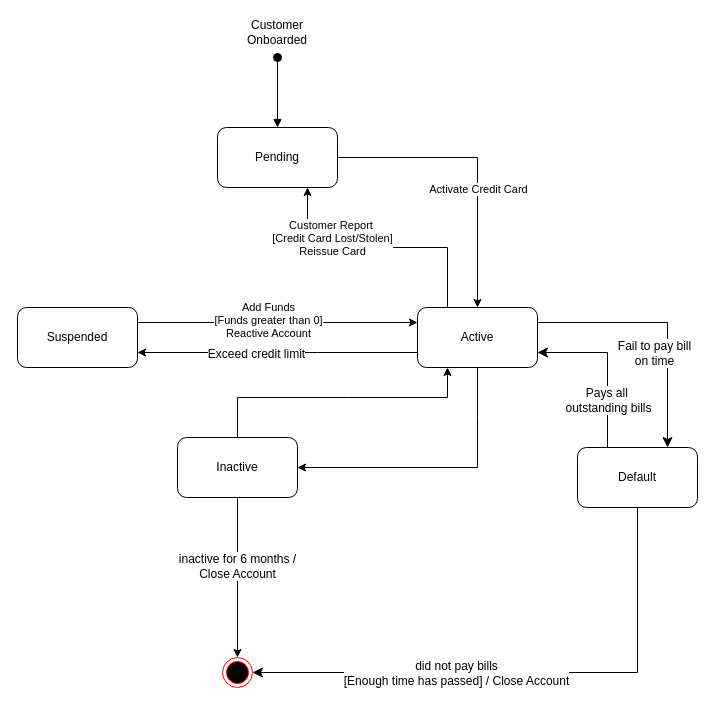
Earlier version of the draw.io diagram workshop6_week7.drawio (antonykimuom/SWEN30006-2025-SM1-workshop1-tuew05-14-00-team-12). Source tidied: cells renumbered, new cells numbered last; positions are measured from the earlier drawing's top-left corner, leaving out a move shared by most shapes. Both pictures are drawn from the tidied source at 100%, with x=0, y=0 at pixel (17, 17).
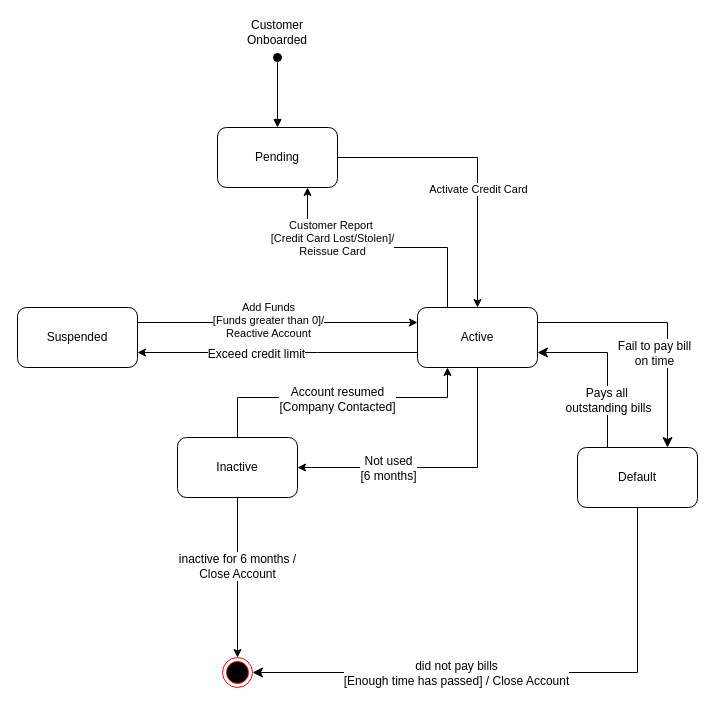
The same page after the edit.

The change refers to these unchanged cells:
```xml
<mxCell id="5" style="edgeStyle=orthogonalEdgeStyle;rounded=0;jettySize=auto;html=1;entryX=0;entryY=0.25;entryDx=0;entryDy=0;exitX=1;exitY=0.25;exitDx=0;exitDy=0;" parent="1" edge="1" source="7" target="14">
  <mxGeometry relative="1" as="geometry" />
</mxCell>
<mxCell id="10" style="edgeStyle=orthogonalEdgeStyle;rounded=0;jettySize=auto;html=1;entryX=0.75;entryY=1;entryDx=0;entryDy=0;exitX=0.25;exitY=0;exitDx=0;exitDy=0;" parent="1" edge="1" source="14" target="4">
  <mxGeometry relative="1" as="geometry" />
</mxCell>
<mxCell id="26" style="endArrow=classic;html=1;rounded=0;exitX=0.5;exitY=1;exitDx=0;exitDy=0;entryX=1;entryY=0.5;entryDx=0;entryDy=0;" parent="1" edge="1" source="14" target="15">
  <mxGeometry relative="1" as="geometry">
    <Array as="points">
      <mxPoint x="460" y="400" />
      <mxPoint x="460" y="450" />
    </Array>
  </mxGeometry>
</mxCell>
<mxCell id="27" style="endArrow=classic;html=1;rounded=0;exitX=0.5;exitY=0;exitDx=0;exitDy=0;entryX=0.25;entryY=1;entryDx=0;entryDy=0;" parent="1" edge="1" source="15" target="14">
  <mxGeometry relative="1" as="geometry">
    <Array as="points">
      <mxPoint x="220" y="380" />
      <mxPoint x="330" y="380" />
      <mxPoint x="430" y="380" />
    </Array>
  </mxGeometry>
</mxCell>
```

Diff of the diagram source:
```diff
@@
-    <mxCell id="6" value="Add Funds&lt;br&gt;[Funds greater than 0] &lt;br&gt;Reactive Account" style="edgeLabel;html=1;align=center;verticalAlign=middle;" parent="5" vertex="1">
+    <mxCell id="6" value="Add Funds&lt;br&gt;[Funds greater than 0]/&lt;br&gt;Reactive Account" style="edgeLabel;html=1;align=center;verticalAlign=middle;" parent="5" vertex="1">
       <mxGeometry x="-0.07" y="3" relative="1" as="geometry" />
     </mxCell>
@@
-    <mxCell id="11" value="Customer Report&amp;nbsp;&lt;div&gt;[Credit Card Lost/Stolen]&lt;/div&gt;&lt;div&gt;Reissue Card&lt;/div&gt;" style="edgeLabel;html=1;align=center;verticalAlign=middle;" parent="10" vertex="1">
+    <mxCell id="11" value="Customer Report&amp;nbsp;&lt;div&gt;[Credit Card Lost/Stolen]/&lt;/div&gt;&lt;div&gt;Reissue Card&lt;/div&gt;" style="edgeLabel;html=1;align=center;verticalAlign=middle;" parent="10" vertex="1">
       <mxGeometry x="0.32" y="-1" relative="1" as="geometry">
         <mxPoint x="-4" y="-9" as="offset" />
       </mxGeometry>
     </mxCell>
@@
+    <mxCell id="28" value="Not used&lt;div&gt;[6 months]&lt;/div&gt;" style="edgeLabel;html=1;align=center;verticalAlign=middle;fontSize=12;" parent="26" vertex="1">
+      <mxGeometry x="0.36" relative="1" as="geometry" />
+    </mxCell>
@@
+    <mxCell id="29" value="Account resumed&lt;br&gt;&lt;div&gt;[Company Contacted]&lt;/div&gt;" style="edgeLabel;html=1;align=center;verticalAlign=middle;fontSize=12;" parent="27" vertex="1">
+      <mxGeometry x="-0.01" y="-1" relative="1" as="geometry" />
+    </mxCell>
```
